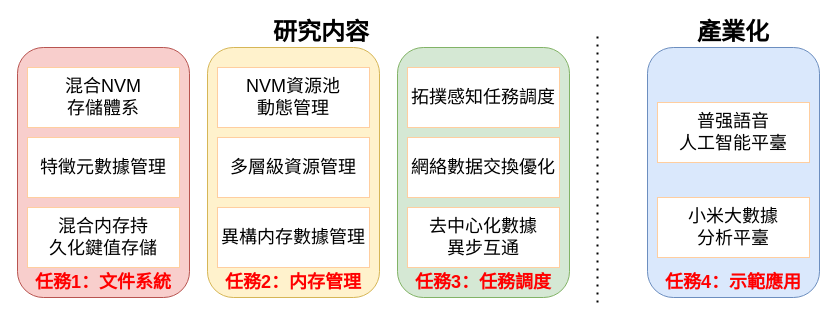
The draw.io diagram 研究内容3任务.drawio in icszhr/aomenNVM, before the edit. Source tidied: cells renumbered, new cells numbered last; positions are measured from the earlier drawing's top-left corner, leaving out a move shared by most shapes. Both pictures are drawn from the tidied source at 100%, with x=0, y=0 at pixel (17, 17).
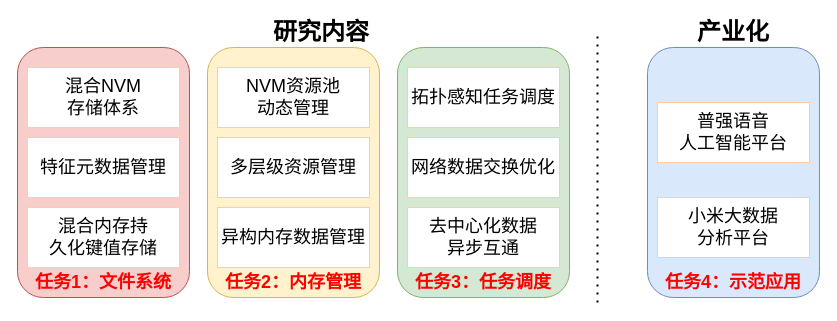
Above is the later version.

Commit message:
更新研究内容3任务.drawio

Diff of the diagram source:
```diff
@@
-    <mxCell id="3" value="&lt;font color=&quot;#ff0000&quot; style=&quot;font-size: 18px;&quot;&gt;&lt;b&gt;任務1：文件系統&lt;/b&gt;&lt;/font&gt;" style="text;html=1;strokeColor=none;fillColor=none;align=center;verticalAlign=middle;whiteSpace=wrap;rounded=0;" parent="1" vertex="1">
+    <mxCell id="3" value="&lt;font color=&quot;#ff0000&quot; style=&quot;font-size: 18px;&quot;&gt;&lt;b&gt;任务1：文件系统&lt;/b&gt;&lt;/font&gt;" style="text;html=1;strokeColor=none;fillColor=none;align=center;verticalAlign=middle;whiteSpace=wrap;rounded=0;" parent="1" vertex="1">
       <mxGeometry x="16" y="250" width="140" height="30" as="geometry" />
     </mxCell>
-    <mxCell id="4" value="&lt;span style=&quot;font-size: 18px;&quot;&gt;混合NVM&lt;br&gt;存儲體系&lt;br&gt;&lt;/span&gt;" style="rounded=0;whiteSpace=wrap;html=1;fillColor=default;strokeColor=#FFCE9F;" parent="1" vertex="1">
+    <mxCell id="4" value="&lt;span style=&quot;font-size: 18px;&quot;&gt;混合NVM&lt;br&gt;存储体系&lt;br&gt;&lt;/span&gt;" style="rounded=0;whiteSpace=wrap;html=1;fillColor=default;strokeColor=#FFCE9F;" parent="1" vertex="1">
       <mxGeometry x="10" y="50" width="152" height="60" as="geometry" />
     </mxCell>
@@
-    <mxCell id="6" value="&lt;font style=&quot;font-size: 18px;&quot;&gt;特徵元數據管理&lt;/font&gt;" style="rounded=0;whiteSpace=wrap;html=1;fillColor=default;strokeColor=#FFCE9F;" parent="1" vertex="1">
+    <mxCell id="6" value="&lt;font style=&quot;font-size: 18px;&quot;&gt;特征元数据管理&lt;/font&gt;" style="rounded=0;whiteSpace=wrap;html=1;fillColor=default;strokeColor=#FFCE9F;" parent="1" vertex="1">
       <mxGeometry x="10" y="120" width="152" height="60" as="geometry" />
     </mxCell>
-    <mxCell id="7" value="&lt;font style=&quot;font-size: 18px;&quot;&gt;混合内存持&lt;br&gt;久化鍵值存儲&lt;/font&gt;" style="rounded=0;whiteSpace=wrap;html=1;fillColor=default;strokeColor=#FFCE9F;" parent="1" vertex="1">
+    <mxCell id="7" value="&lt;font style=&quot;font-size: 18px;&quot;&gt;混合内存持&lt;br&gt;久化键值存储&lt;/font&gt;" style="rounded=0;whiteSpace=wrap;html=1;fillColor=default;strokeColor=#FFCE9F;" parent="1" vertex="1">
       <mxGeometry x="10" y="190" width="152" height="60" as="geometry" />
     </mxCell>
@@
-    <mxCell id="9" value="&lt;font color=&quot;#ff0000&quot; style=&quot;font-size: 18px;&quot;&gt;&lt;b&gt;任務2：内存管理&lt;/b&gt;&lt;/font&gt;" style="text;html=1;strokeColor=none;fillColor=none;align=center;verticalAlign=middle;whiteSpace=wrap;rounded=0;" parent="1" vertex="1">
+    <mxCell id="9" value="&lt;font color=&quot;#ff0000&quot; style=&quot;font-size: 18px;&quot;&gt;&lt;b&gt;任务2：内存管理&lt;/b&gt;&lt;/font&gt;" style="text;html=1;strokeColor=none;fillColor=none;align=center;verticalAlign=middle;whiteSpace=wrap;rounded=0;" parent="1" vertex="1">
       <mxGeometry x="206" y="250" width="140" height="30" as="geometry" />
     </mxCell>
-    <mxCell id="10" value="&lt;font style=&quot;font-size: 18px;&quot;&gt;NVM資源池&lt;br style=&quot;border-color: var(--border-color);&quot;&gt;動態管理&lt;/font&gt;&lt;span style=&quot;font-size: 18px;&quot;&gt;&lt;br&gt;&lt;/span&gt;" style="rounded=0;whiteSpace=wrap;html=1;fillColor=default;strokeColor=#FFCE9F;" parent="1" vertex="1">
+    <mxCell id="10" value="&lt;font style=&quot;font-size: 18px;&quot;&gt;NVM资源池&lt;br&gt;动态管理&lt;/font&gt;&lt;span style=&quot;font-size: 18px;&quot;&gt;&lt;br&gt;&lt;/span&gt;" style="rounded=0;whiteSpace=wrap;html=1;fillColor=default;strokeColor=#FFCE9F;" parent="1" vertex="1">
       <mxGeometry x="200" y="50" width="152" height="60" as="geometry" />
     </mxCell>
-    <mxCell id="11" value="&lt;font style=&quot;font-size: 18px;&quot;&gt;多層級資源管理&lt;/font&gt;" style="rounded=0;whiteSpace=wrap;html=1;fillColor=default;strokeColor=#FFCE9F;" parent="1" vertex="1">
+    <mxCell id="11" value="&lt;font style=&quot;font-size: 18px;&quot;&gt;多层级资源管理&lt;/font&gt;" style="rounded=0;whiteSpace=wrap;html=1;fillColor=default;strokeColor=#FFCE9F;" parent="1" vertex="1">
       <mxGeometry x="200" y="120" width="152" height="60" as="geometry" />
     </mxCell>
-    <mxCell id="12" value="&lt;font style=&quot;font-size: 18px;&quot;&gt;異構内存數據管理&lt;/font&gt;" style="rounded=0;whiteSpace=wrap;html=1;fillColor=default;strokeColor=#FFCE9F;" parent="1" vertex="1">
+    <mxCell id="12" value="&lt;font style=&quot;font-size: 18px;&quot;&gt;异构内存数据管理&lt;/font&gt;" style="rounded=0;whiteSpace=wrap;html=1;fillColor=default;strokeColor=#FFCE9F;" parent="1" vertex="1">
       <mxGeometry x="200" y="190" width="152" height="60" as="geometry" />
     </mxCell>
@@
-    <mxCell id="14" value="&lt;font color=&quot;#ff0000&quot; style=&quot;font-size: 18px;&quot;&gt;&lt;b&gt;任務3：任務調度&lt;/b&gt;&lt;/font&gt;" style="text;html=1;strokeColor=none;fillColor=none;align=center;verticalAlign=middle;whiteSpace=wrap;rounded=0;" parent="1" vertex="1">
+    <mxCell id="14" value="&lt;font color=&quot;#ff0000&quot; style=&quot;font-size: 18px;&quot;&gt;&lt;b&gt;任务3：任务调度&lt;/b&gt;&lt;/font&gt;" style="text;html=1;strokeColor=none;fillColor=none;align=center;verticalAlign=middle;whiteSpace=wrap;rounded=0;" parent="1" vertex="1">
       <mxGeometry x="396" y="250" width="140" height="30" as="geometry" />
     </mxCell>
-    <mxCell id="15" value="&lt;font style=&quot;font-size: 18px;&quot;&gt;拓撲感知任務調度&lt;/font&gt;&lt;span style=&quot;font-size: 18px;&quot;&gt;&lt;br&gt;&lt;/span&gt;" style="rounded=0;whiteSpace=wrap;html=1;fillColor=default;strokeColor=#FFCE9F;" parent="1" vertex="1">
+    <mxCell id="15" value="&lt;font style=&quot;font-size: 18px;&quot;&gt;拓扑感知任务调度&lt;/font&gt;&lt;span style=&quot;font-size: 18px;&quot;&gt;&lt;br&gt;&lt;/span&gt;" style="rounded=0;whiteSpace=wrap;html=1;fillColor=default;strokeColor=#FFCE9F;" parent="1" vertex="1">
       <mxGeometry x="390" y="50" width="152" height="60" as="geometry" />
     </mxCell>
-    <mxCell id="16" value="&lt;font style=&quot;font-size: 18px;&quot;&gt;網絡數据交換優化&lt;/font&gt;" style="rounded=0;whiteSpace=wrap;html=1;fillColor=default;strokeColor=#FFCE9F;" parent="1" vertex="1">
+    <mxCell id="16" value="&lt;font style=&quot;font-size: 18px;&quot;&gt;网络数据交换优化&lt;/font&gt;" style="rounded=0;whiteSpace=wrap;html=1;fillColor=default;strokeColor=#FFCE9F;" parent="1" vertex="1">
       <mxGeometry x="390" y="120" width="152" height="60" as="geometry" />
     </mxCell>
-    <mxCell id="17" value="&lt;font style=&quot;font-size: 18px;&quot;&gt;去中心化數據&lt;br style=&quot;border-color: var(--border-color);&quot;&gt;異步互通&lt;/font&gt;" style="rounded=0;whiteSpace=wrap;html=1;fillColor=default;strokeColor=#FFCE9F;" parent="1" vertex="1">
+    <mxCell id="17" value="&lt;font style=&quot;font-size: 18px;&quot;&gt;去中心化数据&lt;br&gt;异步互通&lt;/font&gt;" style="rounded=0;whiteSpace=wrap;html=1;fillColor=default;strokeColor=#FFCE9F;" parent="1" vertex="1">
       <mxGeometry x="390" y="190" width="152" height="60" as="geometry" />
     </mxCell>
@@
-    <mxCell id="19" value="&lt;font color=&quot;#ff0000&quot; style=&quot;font-size: 18px;&quot;&gt;&lt;b&gt;任務4：示範應用&lt;/b&gt;&lt;/font&gt;" style="text;html=1;strokeColor=none;fillColor=none;align=center;verticalAlign=middle;whiteSpace=wrap;rounded=0;" parent="1" vertex="1">
+    <mxCell id="19" value="&lt;font color=&quot;#ff0000&quot; style=&quot;font-size: 18px;&quot;&gt;&lt;b&gt;任务4：示范应用&lt;/b&gt;&lt;/font&gt;" style="text;html=1;strokeColor=none;fillColor=none;align=center;verticalAlign=middle;whiteSpace=wrap;rounded=0;" parent="1" vertex="1">
       <mxGeometry x="641" y="250" width="150" height="30" as="geometry" />
     </mxCell>
-    <mxCell id="20" value="&lt;font style=&quot;font-size: 18px;&quot;&gt;小米大數據&lt;br&gt;分析平臺&lt;/font&gt;&lt;span style=&quot;font-size: 18px;&quot;&gt;&lt;br&gt;&lt;/span&gt;" style="rounded=0;whiteSpace=wrap;html=1;fillColor=default;strokeColor=#FFCE9F;" parent="1" vertex="1">
+    <mxCell id="20" value="&lt;font style=&quot;font-size: 18px;&quot;&gt;小米大数据&lt;br&gt;分析平台&lt;/font&gt;&lt;span style=&quot;font-size: 18px;&quot;&gt;&lt;br&gt;&lt;/span&gt;" style="rounded=0;whiteSpace=wrap;html=1;fillColor=default;strokeColor=#FFCE9F;" parent="1" vertex="1">
       <mxGeometry x="640" y="180" width="152" height="60" as="geometry" />
     </mxCell>
-    <mxCell id="21" value="&lt;font style=&quot;font-size: 18px;&quot;&gt;普强語音&lt;br&gt;人工智能平臺&lt;/font&gt;" style="rounded=0;whiteSpace=wrap;html=1;fillColor=default;strokeColor=#FFCE9F;" parent="1" vertex="1">
+    <mxCell id="21" value="&lt;font style=&quot;font-size: 18px;&quot;&gt;普强语音&lt;br&gt;人工智能平台&lt;/font&gt;" style="rounded=0;whiteSpace=wrap;html=1;fillColor=default;strokeColor=#FFCE9F;" parent="1" vertex="1">
       <mxGeometry x="640" y="85" width="152" height="60" as="geometry" />
     </mxCell>
@@
-    <mxCell id="23" value="&lt;font style=&quot;font-size: 24px;&quot;&gt;&lt;b style=&quot;&quot;&gt;產業化&lt;/b&gt;&lt;/font&gt;" style="text;html=1;strokeColor=none;fillColor=none;align=center;verticalAlign=middle;whiteSpace=wrap;rounded=0;" parent="1" vertex="1">
+    <mxCell id="23" value="&lt;font style=&quot;font-size: 24px;&quot;&gt;&lt;b style=&quot;&quot;&gt;产业化&lt;/b&gt;&lt;/font&gt;" style="text;html=1;strokeColor=none;fillColor=none;align=center;verticalAlign=middle;whiteSpace=wrap;rounded=0;" parent="1" vertex="1">
       <mxGeometry x="661" width="110" height="30" as="geometry" />
     </mxCell>
```
